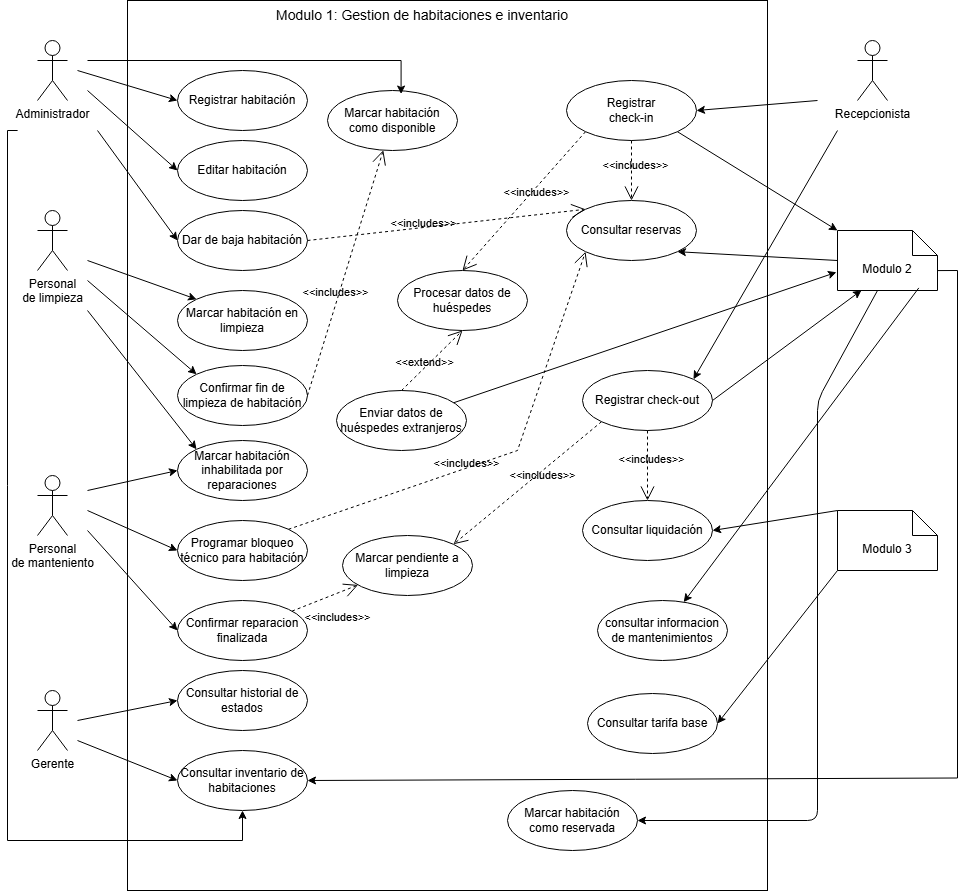
Above: documentos/diagramas/cdu-modulo-1.png in MirianMarriaga/hospitua-module-1 (draw.io), before the change. Source tidied: cells renumbered, new cells last; positions are measured from the earlier drawing's top-left corner, leaving out a move shared by most shapes.
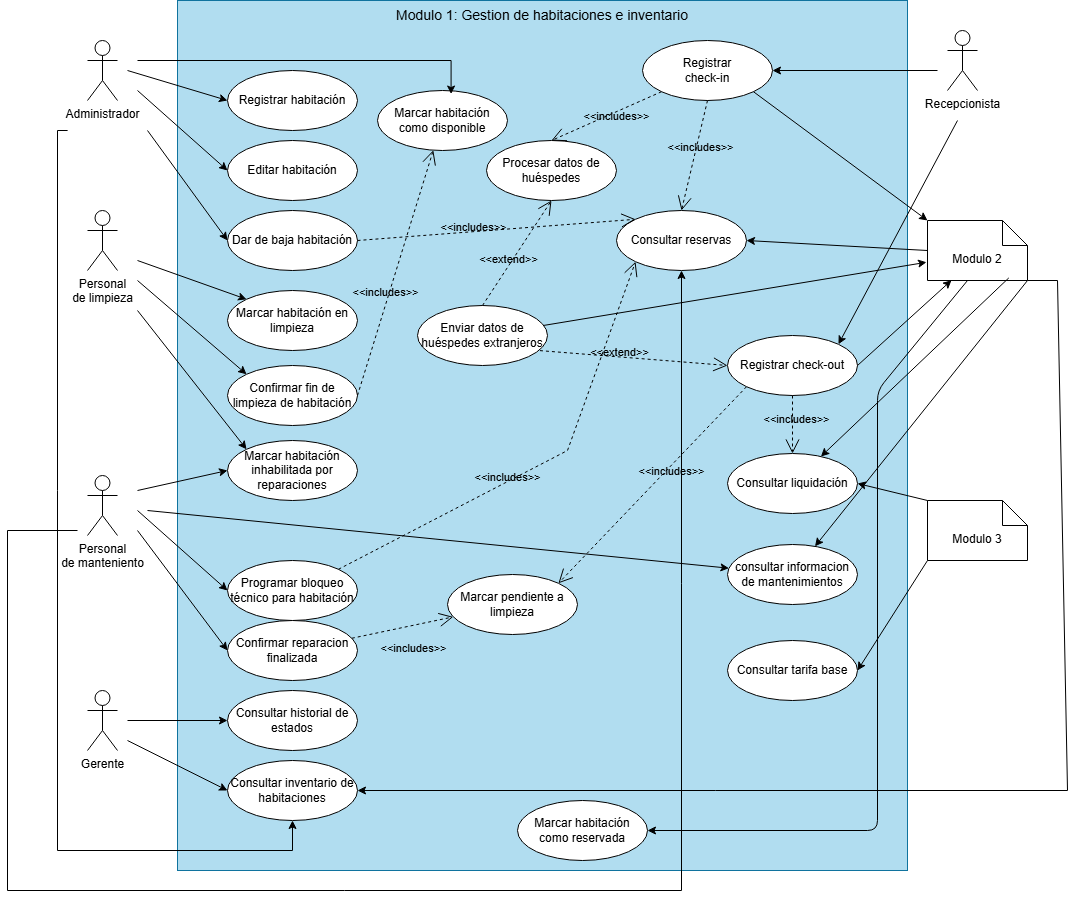
The same diagram one commit later.

Commit message:
Actualización de casos de uso

Diff of the diagram source:
```diff
@@ -2,8 +2,8 @@
   <root>
     <mxCell id="0" />
     <mxCell id="1" parent="0" />
-    <mxCell id="2" style="rounded=0;whiteSpace=wrap;html=1;rotation=-90;fillColor=none;labelBackgroundColor=none;" parent="1" vertex="1">
-      <mxGeometry y="125" width="890" height="640" as="geometry" />
+    <mxCell id="2" style="rounded=0;whiteSpace=wrap;html=1;rotation=-90;fillColor=#b1ddf0;labelBackgroundColor=none;strokeColor=#10739e;" parent="1" vertex="1">
+      <mxGeometry x="55" y="70" width="870" height="730" as="geometry" />
     </mxCell>
     <mxCell id="3" value="Administrador" style="shape=umlActor;verticalLabelPosition=bottom;verticalAlign=top;html=1;labelBackgroundColor=none;" parent="1" vertex="1">
       <mxGeometry x="35" y="40" width="30" height="60" as="geometry" />
@@ -15,13 +15,13 @@
       <mxGeometry x="35" y="690" width="30" height="60" as="geometry" />
     </mxCell>
     <mxCell id="6" value="&lt;font style=&quot;font-size: 14px;&quot;&gt;Modulo 1: Gestion de habitaciones e inventario&lt;/font&gt;" style="text;html=1;whiteSpace=wrap;strokeColor=none;fillColor=none;align=center;verticalAlign=middle;rounded=0;labelBackgroundColor=none;" parent="1" vertex="1">
-      <mxGeometry x="265" width="310" height="30" as="geometry" />
+      <mxGeometry x="335" width="310" height="30" as="geometry" />
     </mxCell>
     <mxCell id="7" value="Modulo 2" style="shape=note2;boundedLbl=1;whiteSpace=wrap;html=1;size=25;verticalAlign=top;align=center;labelBackgroundColor=none;" parent="1" vertex="1">
-      <mxGeometry x="835" y="230" width="100" height="60" as="geometry" />
+      <mxGeometry x="875" y="220" width="100" height="60" as="geometry" />
     </mxCell>
     <mxCell id="8" value="Modulo 3" style="shape=note2;boundedLbl=1;whiteSpace=wrap;html=1;size=25;verticalAlign=top;align=center;labelBackgroundColor=none;" parent="1" vertex="1">
-      <mxGeometry x="835" y="510" width="100" height="60" as="geometry" />
+      <mxGeometry x="875" y="500" width="100" height="60" as="geometry" />
     </mxCell>
     <mxCell id="9" value="Registrar habitación" style="ellipse;whiteSpace=wrap;html=1;labelBackgroundColor=none;" parent="1" vertex="1">
       <mxGeometry x="175" y="70" width="130" height="60" as="geometry" />
@@ -75,7 +75,7 @@
       </mxGeometry>
     </mxCell>
     <mxCell id="22" value="Confirmar reparacion finalizada" style="ellipse;whiteSpace=wrap;html=1;labelBackgroundColor=none;" parent="1" vertex="1">
-      <mxGeometry x="175" y="600" width="130" height="60" as="geometry" />
+      <mxGeometry x="175" y="620" width="130" height="60" as="geometry" />
     </mxCell>
     <mxCell id="23" style="endArrow=classic;html=1;rounded=0;endFill=1;entryX=0;entryY=0.5;entryDx=0;entryDy=0;labelBackgroundColor=none;fontColor=default;" parent="1" edge="1" target="22">
       <mxGeometry relative="1" as="geometry">
@@ -83,13 +83,13 @@
       </mxGeometry>
     </mxCell>
     <mxCell id="24" value="Consultar tarifa base" style="ellipse;whiteSpace=wrap;html=1;labelBackgroundColor=none;" parent="1" vertex="1">
-      <mxGeometry x="585" y="693" width="130" height="60" as="geometry" />
+      <mxGeometry x="675" y="640" width="130" height="60" as="geometry" />
     </mxCell>
     <mxCell id="25" style="endArrow=classic;html=1;rounded=0;endFill=1;entryX=1;entryY=0.5;entryDx=0;entryDy=0;exitX=0;exitY=1;exitDx=0;exitDy=0;exitPerimeter=0;labelBackgroundColor=none;fontColor=default;" parent="1" edge="1" source="8" target="24">
       <mxGeometry relative="1" as="geometry" />
     </mxCell>
     <mxCell id="26" value="Consultar inventario de habitaciones" style="ellipse;whiteSpace=wrap;html=1;labelBackgroundColor=none;" parent="1" vertex="1">
-      <mxGeometry x="175" y="750" width="130" height="60" as="geometry" />
+      <mxGeometry x="175" y="760" width="130" height="60" as="geometry" />
     </mxCell>
     <mxCell id="27" style="endArrow=classic;html=1;rounded=0;endFill=1;entryX=0;entryY=0.5;entryDx=0;entryDy=0;labelBackgroundColor=none;fontColor=default;" parent="1" edge="1" target="26">
       <mxGeometry relative="1" as="geometry">
@@ -97,26 +97,26 @@
       </mxGeometry>
     </mxCell>
     <mxCell id="28" value="Registrar&lt;div&gt;check-in&lt;/div&gt;" style="ellipse;whiteSpace=wrap;html=1;labelBackgroundColor=none;" parent="1" vertex="1">
-      <mxGeometry x="564" y="80" width="130" height="60" as="geometry" />
+      <mxGeometry x="590" y="40" width="130" height="60" as="geometry" />
     </mxCell>
     <mxCell id="29" value="Registrar check-out" style="ellipse;whiteSpace=wrap;html=1;labelBackgroundColor=none;" parent="1" vertex="1">
-      <mxGeometry x="580" y="370" width="130" height="60" as="geometry" />
+      <mxGeometry x="675" y="335" width="130" height="60" as="geometry" />
     </mxCell>
     <mxCell id="30" style="endArrow=classic;html=1;rounded=0;endFill=1;entryX=1;entryY=0.5;entryDx=0;entryDy=0;labelBackgroundColor=none;fontColor=default;" parent="1" edge="1" target="28">
       <mxGeometry relative="1" as="geometry">
-        <mxPoint x="815" y="100" as="sourcePoint" />
+        <mxPoint x="885" y="70" as="sourcePoint" />
       </mxGeometry>
     </mxCell>
     <mxCell id="31" style="endArrow=classic;html=1;rounded=0;endFill=1;entryX=1;entryY=0;entryDx=0;entryDy=0;labelBackgroundColor=none;fontColor=default;" parent="1" edge="1" target="29">
       <mxGeometry relative="1" as="geometry">
-        <mxPoint x="835" y="130" as="sourcePoint" />
+        <mxPoint x="905" y="120" as="sourcePoint" />
       </mxGeometry>
     </mxCell>
     <mxCell id="32" value="Consultar historial de estados" style="ellipse;whiteSpace=wrap;html=1;labelBackgroundColor=none;" parent="1" vertex="1">
-      <mxGeometry x="175" y="670" width="130" height="60" as="geometry" />
+      <mxGeometry x="175" y="690" width="130" height="60" as="geometry" />
     </mxCell>
     <mxCell id="33" value="Programar bloqueo técnico para habitación" style="ellipse;whiteSpace=wrap;html=1;labelBackgroundColor=none;" parent="1" vertex="1">
-      <mxGeometry x="175" y="520" width="130" height="60" as="geometry" />
+      <mxGeometry x="175" y="560" width="130" height="60" as="geometry" />
     </mxCell>
     <mxCell id="34" style="endArrow=classic;html=1;rounded=0;endFill=1;entryX=0;entryY=0.5;entryDx=0;entryDy=0;labelBackgroundColor=none;fontColor=default;" parent="1" edge="1" target="33">
       <mxGeometry relative="1" as="geometry">
@@ -139,8 +139,8 @@
         <mxPoint x="15.1" y="130" as="sourcePoint" />
         <Array as="points">
           <mxPoint x="5" y="130" />
-          <mxPoint x="5" y="840" />
-          <mxPoint x="240" y="840" />
+          <mxPoint x="5" y="850" />
+          <mxPoint x="240" y="850" />
         </Array>
       </mxGeometry>
     </mxCell>
@@ -155,7 +155,7 @@
       </mxGeometry>
     </mxCell>
     <mxCell id="41" value="Marcar pendiente a limpieza" style="ellipse;whiteSpace=wrap;html=1;labelBackgroundColor=none;" parent="1" vertex="1">
-      <mxGeometry x="340" y="535" width="130" height="60" as="geometry" />
+      <mxGeometry x="395" y="574" width="130" height="60" as="geometry" />
     </mxCell>
     <mxCell id="42" value="&amp;lt;&amp;lt;includes&amp;gt;&amp;gt;" style="endArrow=open;endSize=12;dashed=1;html=1;rounded=0;labelBackgroundColor=none;fontColor=default;" parent="1" edge="1" source="22" target="41">
       <mxGeometry x="0.12" y="-23" relative="1" as="geometry" />
@@ -167,13 +167,13 @@
       <mxGeometry relative="1" as="geometry" />
     </mxCell>
     <mxCell id="45" value="Recepcionista" style="shape=umlActor;verticalLabelPosition=bottom;verticalAlign=top;html=1;labelBackgroundColor=none;" parent="1" vertex="1">
-      <mxGeometry x="855" y="40" width="30" height="60" as="geometry" />
+      <mxGeometry x="895" y="30" width="30" height="60" as="geometry" />
     </mxCell>
     <mxCell id="46" value="Consultar reservas" style="ellipse;whiteSpace=wrap;html=1;labelBackgroundColor=none;" parent="1" vertex="1">
-      <mxGeometry x="564" y="200" width="130" height="60" as="geometry" />
+      <mxGeometry x="564" y="210" width="130" height="60" as="geometry" />
     </mxCell>
     <mxCell id="47" value="Enviar datos de huéspedes extranjeros" style="ellipse;whiteSpace=wrap;html=1;labelBackgroundColor=none;" parent="1" vertex="1">
-      <mxGeometry x="334" y="390" width="130" height="60" as="geometry" />
+      <mxGeometry x="365" y="305" width="130" height="60" as="geometry" />
     </mxCell>
     <mxCell id="48" value="&amp;lt;&amp;lt;extend&amp;gt;&amp;gt;" style="endArrow=open;endSize=12;dashed=1;html=1;rounded=0;exitX=0.5;exitY=0;exitDx=0;exitDy=0;entryX=0.5;entryY=1;entryDx=0;entryDy=0;labelBackgroundColor=none;fontColor=default;" parent="1" edge="1" source="47" target="55">
       <mxGeometry x="-0.16" y="4" relative="1" as="geometry" />
@@ -181,9 +181,6 @@
     <mxCell id="49" value="&amp;lt;&amp;lt;includes&amp;gt;&amp;gt;" style="endArrow=open;endSize=12;dashed=1;html=1;rounded=0;exitX=0.5;exitY=1;exitDx=0;exitDy=0;entryX=0.5;entryY=0;entryDx=0;entryDy=0;labelBackgroundColor=none;fontColor=default;" parent="1" edge="1" source="28" target="46">
       <mxGeometry x="-0.16" y="4" relative="1" as="geometry" />
     </mxCell>
-    <mxCell id="50" value="Consultar liquidación" style="ellipse;whiteSpace=wrap;html=1;labelBackgroundColor=none;" parent="1" vertex="1">
-      <mxGeometry x="580" y="500" width="130" height="60" as="geometry" />
-    </mxCell>
     <mxCell id="51" value="&amp;lt;&amp;lt;includes&amp;gt;&amp;gt;" style="endArrow=open;endSize=12;dashed=1;html=1;rounded=0;entryX=0.5;entryY=0;entryDx=0;entryDy=0;exitX=0.5;exitY=1;exitDx=0;exitDy=0;labelBackgroundColor=none;fontColor=default;" parent="1" edge="1" source="29" target="50">
       <mxGeometry x="-0.17" y="4" relative="1" as="geometry" />
     </mxCell>
@@ -193,11 +190,11 @@
     <mxCell id="53" style="endArrow=classic;html=1;rounded=0;endFill=1;entryX=-0.01;entryY=0.696;entryDx=0;entryDy=0;entryPerimeter=0;labelBackgroundColor=none;fontColor=default;" parent="1" edge="1" source="47" target="7">
       <mxGeometry relative="1" as="geometry" />
     </mxCell>
-    <mxCell id="54" style="endArrow=classic;html=1;rounded=0;endFill=1;entryX=1;entryY=1;entryDx=0;entryDy=0;exitX=0;exitY=0.5;exitDx=0;exitDy=0;exitPerimeter=0;labelBackgroundColor=none;fontColor=default;" parent="1" edge="1" source="7" target="46">
+    <mxCell id="54" style="endArrow=classic;html=1;rounded=0;endFill=1;entryX=1;entryY=0.5;entryDx=0;entryDy=0;exitX=0;exitY=0.5;exitDx=0;exitDy=0;exitPerimeter=0;labelBackgroundColor=none;fontColor=default;" parent="1" edge="1" source="7" target="46">
       <mxGeometry relative="1" as="geometry" />
     </mxCell>
     <mxCell id="55" value="Procesar datos de huéspedes" style="ellipse;whiteSpace=wrap;html=1;labelBackgroundColor=none;" parent="1" vertex="1">
-      <mxGeometry x="395" y="270" width="130" height="60" as="geometry" />
+      <mxGeometry x="434" y="140" width="130" height="60" as="geometry" />
     </mxCell>
     <mxCell id="56" value="&amp;lt;&amp;lt;includes&amp;gt;&amp;gt;" style="endArrow=open;endSize=12;dashed=1;html=1;rounded=0;exitX=0;exitY=1;exitDx=0;exitDy=0;entryX=0.5;entryY=0;entryDx=0;entryDy=0;labelBackgroundColor=none;fontColor=default;" parent="1" edge="1" source="28" target="55">
       <mxGeometry x="-0.16" y="4" relative="1" as="geometry" />
@@ -209,13 +206,13 @@
       <mxGeometry relative="1" as="geometry" />
     </mxCell>
     <mxCell id="59" value="Marcar habitación como reservada" style="ellipse;whiteSpace=wrap;html=1;labelBackgroundColor=none;" parent="1" vertex="1">
-      <mxGeometry x="505" y="790" width="130" height="60" as="geometry" />
+      <mxGeometry x="465" y="800" width="130" height="60" as="geometry" />
     </mxCell>
     <mxCell id="60" style="endArrow=classic;html=1;rounded=1;endFill=1;entryX=1;entryY=0.5;entryDx=0;entryDy=0;curved=0;exitX=0.4;exitY=1;exitDx=0;exitDy=0;exitPerimeter=0;labelBackgroundColor=none;fontColor=default;" parent="1" edge="1" source="7" target="59">
       <mxGeometry relative="1" as="geometry">
         <Array as="points">
-          <mxPoint x="815" y="400" />
-          <mxPoint x="815" y="820" />
+          <mxPoint x="825" y="390" />
+          <mxPoint x="825" y="830" />
         </Array>
       </mxGeometry>
     </mxCell>
@@ -229,19 +226,43 @@
         </Array>
       </mxGeometry>
     </mxCell>
-    <mxCell id="63" style="endArrow=classic;html=1;rounded=0;endFill=1;entryX=1;entryY=0.5;entryDx=0;entryDy=0;exitX=1.001;exitY=0.668;exitDx=0;exitDy=0;exitPerimeter=0;labelBackgroundColor=none;fontColor=default;" parent="1" edge="1" source="7" target="26">
+    <mxCell id="63" style="endArrow=classic;html=1;rounded=0;endFill=1;entryX=1;entryY=0.5;entryDx=0;entryDy=0;exitX=1;exitY=1;exitDx=0;exitDy=0;exitPerimeter=0;labelBackgroundColor=none;fontColor=default;" parent="1" edge="1" source="7" target="26">
       <mxGeometry relative="1" as="geometry">
         <Array as="points">
-          <mxPoint x="955" y="270" />
-          <mxPoint x="955" y="777.5" />
+          <mxPoint x="1005" y="280" />
+          <mxPoint x="1015" y="790" />
         </Array>
       </mxGeometry>
     </mxCell>
     <mxCell id="64" value="consultar informacion de mantenimientos" style="ellipse;whiteSpace=wrap;html=1;labelBackgroundColor=none;" parent="1" vertex="1">
-      <mxGeometry x="595" y="600" width="130" height="60" as="geometry" />
+      <mxGeometry x="675" y="544" width="130" height="60" as="geometry" />
     </mxCell>
-    <mxCell id="65" style="endArrow=classic;html=1;rounded=0;endFill=1;exitX=0.813;exitY=0.957;exitDx=0;exitDy=0;exitPerimeter=0;labelBackgroundColor=none;fontColor=default;" parent="1" edge="1" source="7" target="64">
+    <mxCell id="65" style="endArrow=classic;html=1;rounded=0;endFill=1;exitX=1;exitY=1;exitDx=0;exitDy=0;exitPerimeter=0;labelBackgroundColor=none;fontColor=default;" parent="1" edge="1" source="7" target="64">
       <mxGeometry relative="1" as="geometry" />
     </mxCell>
+    <mxCell id="66" value="&amp;lt;&amp;lt;extend&amp;gt;&amp;gt;" style="endArrow=open;endSize=12;dashed=1;html=1;rounded=0;labelBackgroundColor=none;fontColor=default;exitX=0.942;exitY=0.752;exitDx=0;exitDy=0;entryX=0;entryY=0.5;entryDx=0;entryDy=0;exitPerimeter=0;" parent="1" edge="1" source="47" target="29">
+      <mxGeometry x="-0.16" y="4" relative="1" as="geometry" />
+    </mxCell>
+    <mxCell id="67" style="endArrow=classic;html=1;rounded=0;endFill=1;edgeStyle=orthogonalEdgeStyle;labelBackgroundColor=none;fontColor=default;" parent="1" edge="1" target="46">
+      <mxGeometry relative="1" as="geometry">
+        <mxPoint x="25" y="530" as="sourcePoint" />
+        <Array as="points">
+          <mxPoint x="-45" y="530" />
+          <mxPoint x="-45" y="890" />
+          <mxPoint x="629" y="890" />
+        </Array>
+      </mxGeometry>
+    </mxCell>
+    <mxCell id="68" style="endArrow=classic;html=1;rounded=0;endFill=1;exitX=0.813;exitY=0.957;exitDx=0;exitDy=0;exitPerimeter=0;labelBackgroundColor=none;fontColor=default;" parent="1" edge="1" source="7" target="50">
+      <mxGeometry relative="1" as="geometry" />
+    </mxCell>
+    <mxCell id="50" value="Consultar liquidación" style="ellipse;whiteSpace=wrap;html=1;labelBackgroundColor=none;" parent="1" vertex="1">
+      <mxGeometry x="675" y="453" width="130" height="60" as="geometry" />
+    </mxCell>
+    <mxCell id="69" style="endArrow=classic;html=1;rounded=0;endFill=1;labelBackgroundColor=none;fontColor=default;" parent="1" edge="1" target="64">
+      <mxGeometry relative="1" as="geometry">
+        <mxPoint x="95" y="510" as="sourcePoint" />
+      </mxGeometry>
+    </mxCell>
   </root>
 </mxGraphModel>
```
